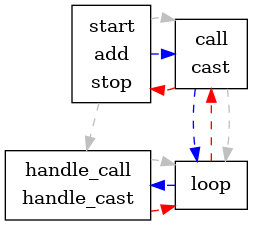
Earlier version of the Graphviz export lesson_10/img/gen_server.standard.png (yzh44yzh/elixir_course). Its source is kept beside it as lesson_10/img/gen_server.standard.dot.
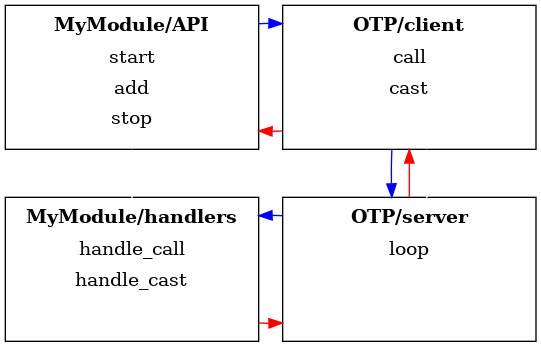
Later version of the same file.

What changed in the source:
```diff
@@ -1,62 +1,57 @@
 digraph GS {
 
     /*
-    TODO:
-    + layout nodes
-    + label nodes with 3 rows
-    - put nodes into clusters as I need cluster labels
-    - hide hidden edges
-    - apply styles to all elements
-    - also apply font 'ubuntu mono'
+    TODO: style
+    - more space between nodes
+    - font 'ubuntu mono'
+    - better arrows
     */
 
-    graph [style=filled color=blue];
     node [shape=box];
 
-    subgraph cluster_my_module {
-        label = "MyModule";
+    a [label=<
+       <table border="0" width="170" height="100" cellpadding="3">
+       <tr><td width="170" align="center"><b>MyModule/API</b></td></tr>
+       <tr><td align="center">start</td></tr>
+       <tr><td align="center">add</td></tr>
+       <tr><td align="center">stop</td></tr>
+       </table>
+       >];
 
-        a [label=<
-           <table border="0">
-           <tr><td>start</td></tr>
-           <tr><td>add</td></tr>
-           <tr><td>stop</td></tr>
-           </table>
-           >];
+    d [label=<
+       <table border="0" width="170" height="100" cellpadding="3">
+       <tr><td width="170" align="center"><b>MyModule/handlers</b></td></tr>
+       <tr><td align="center">handle_call</td></tr>
+       <tr><td align="center">handle_cast</td></tr>
+       </table>
+       >];
 
-        d [label=<
-           <table border="0">
-           <tr><td>handle_call</td></tr>
-           <tr><td>handle_cast</td></tr>
-           </table>
-           >];
+    b [label=<
+       <table border="0" width="170" height="100" cellpadding="3">
+       <tr ><td width="170" align="center"><b>OTP/client</b></td></tr>
+       <tr><td align="center">call</td></tr>
+       <tr><td align="center">cast</td></tr>
+       </table>
+       >];
 
-    };
+    c [label=<
+       <table border="0" width="170" height="100" cellpadding="3">
+       <tr><td width="170" align="center"><b>OTP/server</b></td></tr>
+       <tr><td align="center">loop</td></tr>
+       </table>
+       >];
 
-    subgraph cluster_otp {
-        label = "OTP";
 
-        b [label=<
-           <table border="0">
-           <tr><td>call</td></tr>
-           <tr><td>cast</td></tr>
-           </table>
-           >];
-
-        c [label="loop"];
-
-    };
-
-    edge [weight=1 style=dashed color=red];
+    edge [weight=1 color=red];
     d -> c -> b -> a;
 
-    edge [weight=1 style=dashed color=blue];
+    edge [weight=1 color=blue];
     a -> b -> c -> d;
 
-    edge [weight=1000 style=dashed color=grey];
+    edge [weight=1000 color=white];
     a -> d;
     b -> c;
-    rank=same {a -> b};
-    rank=same {d -> c};
+    rank=same {a, b}
+    rank=same {d, c}
 
 }
```
